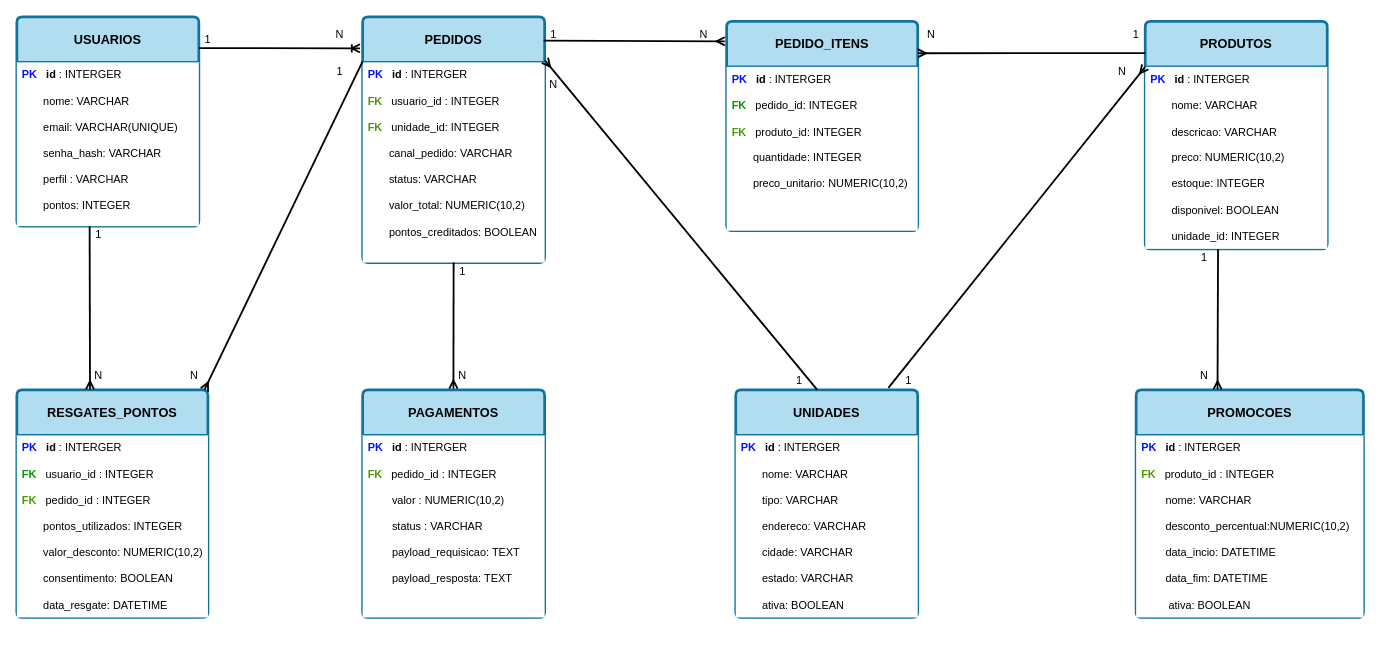
The draw.io diagram DER/DER_Raizes_do_Nordeste.drawio in itsvecci/raizes-do-nordeste, before the edit. Source tidied: cells renumbered, new cells numbered last; positions are measured from the earlier drawing's top-left corner, leaving out a move shared by most shapes. Both pictures are drawn from the tidied source at 91%, with x=0, y=0 at pixel (16, 16).
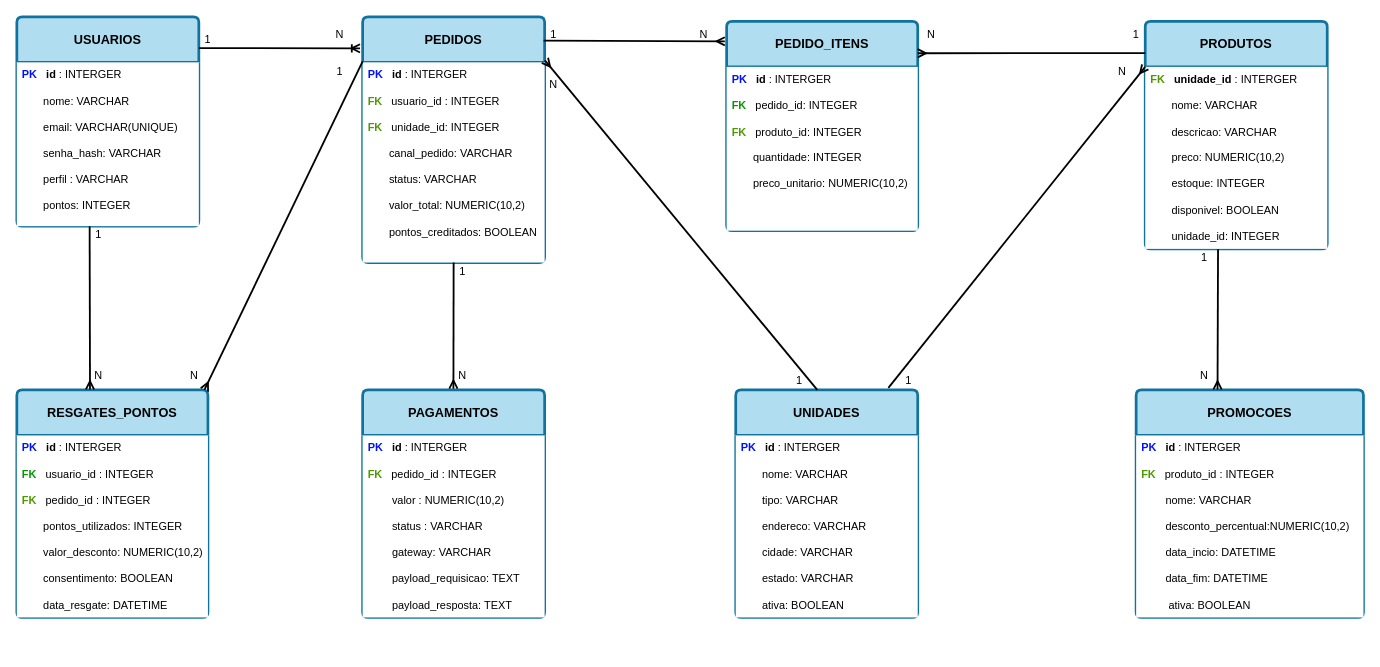
The same page after the edit.

Unchanged cells that the change refers to:
```xml
<mxCell id="8" value="&lt;b&gt;PAGAMENTOS&lt;/b&gt;" style="swimlane;horizontal=1;startSize=50;rounded=1;fontSize=14;fontStyle=0;strokeWidth=3;shadow=0;align=center;arcSize=4;whiteSpace=wrap;html=1;verticalAlign=middle;fontFamily=Helvetica;perimeterSpacing=18;swimlaneLine=1;roundedPerimeter=1;fillColor=#b1ddf0;strokeColor=#10739e;" parent="1" vertex="1">
  <mxGeometry x="380" y="410" width="200" height="250" as="geometry" />
</mxCell>
<mxCell id="13" value="&lt;b&gt;PRODUTOS&lt;/b&gt;" style="swimlane;horizontal=1;startSize=50;rounded=1;fontSize=14;fontStyle=0;strokeWidth=3;shadow=0;align=center;arcSize=4;whiteSpace=wrap;html=1;verticalAlign=middle;fontFamily=Helvetica;perimeterSpacing=18;swimlaneLine=1;roundedPerimeter=1;fillColor=#b1ddf0;strokeColor=#10739e;" parent="1" vertex="1">
  <mxGeometry x="1240" y="5" width="200" height="250" as="geometry" />
</mxCell>
```

Change to the diagram source:
```diff
@@
-    <mxCell id="9" value="&lt;b&gt;&lt;span style=&quot;color: rgb(0, 17, 255);&quot;&gt;PK&lt;/span&gt;&amp;nbsp; &amp;nbsp;id &lt;/b&gt;: INTERGER&lt;div&gt;&amp;nbsp; &amp;nbsp; &amp;nbsp;&amp;nbsp;&lt;/div&gt;&lt;div&gt;&lt;span&gt;&lt;span style=&quot;font-weight: bold; color: light-dark(rgb(77, 153, 0), rgb(88, 153, 22));&quot;&gt;FK&amp;nbsp; &amp;nbsp;&lt;/span&gt;&lt;span style=&quot;color: rgb(0, 0, 0);&quot;&gt;pedido_id : INTEGER&lt;/span&gt;&lt;/span&gt;&lt;/div&gt;&lt;div&gt;&lt;br&gt;&lt;/div&gt;&lt;div&gt;&amp;nbsp; &amp;nbsp; &amp;nbsp; &amp;nbsp; valor : NUMERIC(10,2)&lt;/div&gt;&lt;div&gt;&amp;nbsp; &amp;nbsp; &amp;nbsp; &amp;nbsp; &amp;nbsp;&lt;/div&gt;&lt;div&gt;&amp;nbsp; &amp;nbsp; &amp;nbsp; &amp;nbsp; status : VARCHAR&lt;/div&gt;&lt;div&gt;&amp;nbsp; &amp;nbsp; &amp;nbsp;&lt;/div&gt;&lt;div&gt;&amp;nbsp; &amp;nbsp; &amp;nbsp; &amp;nbsp; payload_requisicao: TEXT&lt;/div&gt;&lt;div&gt;&lt;br&gt;&lt;/div&gt;&lt;div&gt;&amp;nbsp; &amp;nbsp; &amp;nbsp; &amp;nbsp; payload_resposta: TEXT&lt;/div&gt;&lt;div&gt;&lt;br&gt;&lt;/div&gt;" style="align=left;strokeColor=none;fillColor=default;spacingLeft=4;spacingRight=4;fontSize=12;verticalAlign=top;html=1;whiteSpace=wrap;fontFamily=Helvetica;fontColor=default;" parent="8" vertex="1">
+    <mxCell id="9" value="&lt;b&gt;&lt;span style=&quot;color: rgb(0, 17, 255);&quot;&gt;PK&lt;/span&gt;&amp;nbsp; &amp;nbsp;id &lt;/b&gt;: INTERGER&lt;div&gt;&amp;nbsp; &amp;nbsp; &amp;nbsp;&amp;nbsp;&lt;/div&gt;&lt;div&gt;&lt;span&gt;&lt;span style=&quot;font-weight: bold; color: light-dark(rgb(77, 153, 0), rgb(88, 153, 22));&quot;&gt;FK&amp;nbsp; &amp;nbsp;&lt;/span&gt;&lt;span style=&quot;color: rgb(0, 0, 0);&quot;&gt;pedido_id : INTEGER&lt;/span&gt;&lt;/span&gt;&lt;/div&gt;&lt;div&gt;&lt;br&gt;&lt;/div&gt;&lt;div&gt;&amp;nbsp; &amp;nbsp; &amp;nbsp; &amp;nbsp; valor : NUMERIC(10,2)&lt;/div&gt;&lt;div&gt;&amp;nbsp; &amp;nbsp; &amp;nbsp; &amp;nbsp; &amp;nbsp;&lt;/div&gt;&lt;div&gt;&amp;nbsp; &amp;nbsp; &amp;nbsp; &amp;nbsp; status : VARCHAR&lt;/div&gt;&lt;div&gt;&lt;br&gt;&lt;/div&gt;&lt;div&gt;&amp;nbsp; &amp;nbsp; &amp;nbsp; &amp;nbsp; gateway: VARCHAR&lt;/div&gt;&lt;div&gt;&amp;nbsp; &amp;nbsp; &amp;nbsp;&lt;/div&gt;&lt;div&gt;&amp;nbsp; &amp;nbsp; &amp;nbsp; &amp;nbsp; payload_requisicao: TEXT&lt;/div&gt;&lt;div&gt;&lt;br&gt;&lt;/div&gt;&lt;div&gt;&amp;nbsp; &amp;nbsp; &amp;nbsp; &amp;nbsp; payload_resposta: TEXT&lt;/div&gt;&lt;div&gt;&lt;br&gt;&lt;/div&gt;&lt;div&gt;&amp;nbsp; &amp;nbsp;&lt;/div&gt;&lt;div&gt;&lt;br&gt;&lt;/div&gt;" style="align=left;strokeColor=none;fillColor=default;spacingLeft=4;spacingRight=4;fontSize=12;verticalAlign=top;html=1;whiteSpace=wrap;fontFamily=Helvetica;fontColor=default;" parent="8" vertex="1">
       <mxGeometry y="50" width="200" height="200" as="geometry" />
     </mxCell>
@@
-    <mxCell id="14" value="&lt;b&gt;&lt;span style=&quot;color: rgb(0, 17, 255);&quot;&gt;PK&lt;/span&gt;&amp;nbsp; &amp;nbsp;id &lt;/b&gt;: INTERGER&lt;div&gt;&amp;nbsp; &amp;nbsp; &amp;nbsp;&amp;nbsp;&lt;/div&gt;&lt;div&gt;&amp;nbsp; &amp;nbsp; &amp;nbsp; &amp;nbsp;nome: VARCHAR&lt;/div&gt;&lt;div&gt;&lt;br&gt;&lt;/div&gt;&lt;div style=&quot;&quot;&gt;&amp;nbsp; &amp;nbsp; &amp;nbsp; &amp;nbsp;descricao: VARCHAR&lt;/div&gt;&lt;div&gt;&lt;br&gt;&amp;nbsp; &amp;nbsp; &amp;nbsp; &amp;nbsp;preco: NUMERIC(10,2)&lt;/div&gt;&lt;div&gt;&lt;br&gt;&lt;/div&gt;&lt;div&gt;&amp;nbsp; &amp;nbsp; &amp;nbsp; &amp;nbsp;estoque: INTEGER&lt;/div&gt;&lt;div&gt;&lt;br&gt;&lt;/div&gt;&lt;div&gt;&amp;nbsp; &amp;nbsp; &amp;nbsp; &amp;nbsp;disponivel: BOOLEAN&lt;/div&gt;&lt;div&gt;&lt;br&gt;&lt;/div&gt;&lt;div&gt;&amp;nbsp; &amp;nbsp; &amp;nbsp; &amp;nbsp;unidade_id: INTEGER&lt;/div&gt;" style="align=left;strokeColor=none;fillColor=default;spacingLeft=4;spacingRight=4;fontSize=12;verticalAlign=top;html=1;whiteSpace=wrap;fontFamily=Helvetica;fontColor=default;" parent="13" vertex="1">
+    <mxCell id="14" value="&lt;b&gt;&lt;span style=&quot;color: rgb(77, 153, 0);&quot;&gt;FK&lt;/span&gt;&amp;nbsp; &amp;nbsp;unidade_id &lt;/b&gt;: INTERGER&lt;div&gt;&amp;nbsp; &amp;nbsp; &amp;nbsp;&amp;nbsp;&lt;/div&gt;&lt;div&gt;&amp;nbsp; &amp;nbsp; &amp;nbsp; &amp;nbsp;nome: VARCHAR&lt;/div&gt;&lt;div&gt;&lt;br&gt;&lt;/div&gt;&lt;div style=&quot;&quot;&gt;&amp;nbsp; &amp;nbsp; &amp;nbsp; &amp;nbsp;descricao: VARCHAR&lt;/div&gt;&lt;div&gt;&lt;br&gt;&amp;nbsp; &amp;nbsp; &amp;nbsp; &amp;nbsp;preco: NUMERIC(10,2)&lt;/div&gt;&lt;div&gt;&lt;br&gt;&lt;/div&gt;&lt;div&gt;&amp;nbsp; &amp;nbsp; &amp;nbsp; &amp;nbsp;estoque: INTEGER&lt;/div&gt;&lt;div&gt;&lt;br&gt;&lt;/div&gt;&lt;div&gt;&amp;nbsp; &amp;nbsp; &amp;nbsp; &amp;nbsp;disponivel: BOOLEAN&lt;/div&gt;&lt;div&gt;&lt;br&gt;&lt;/div&gt;&lt;div&gt;&amp;nbsp; &amp;nbsp; &amp;nbsp; &amp;nbsp;unidade_id: INTEGER&lt;/div&gt;" style="align=left;strokeColor=none;fillColor=default;spacingLeft=4;spacingRight=4;fontSize=12;verticalAlign=top;html=1;whiteSpace=wrap;fontFamily=Helvetica;fontColor=default;" parent="13" vertex="1">
       <mxGeometry y="50" width="200" height="200" as="geometry" />
     </mxCell>
```
